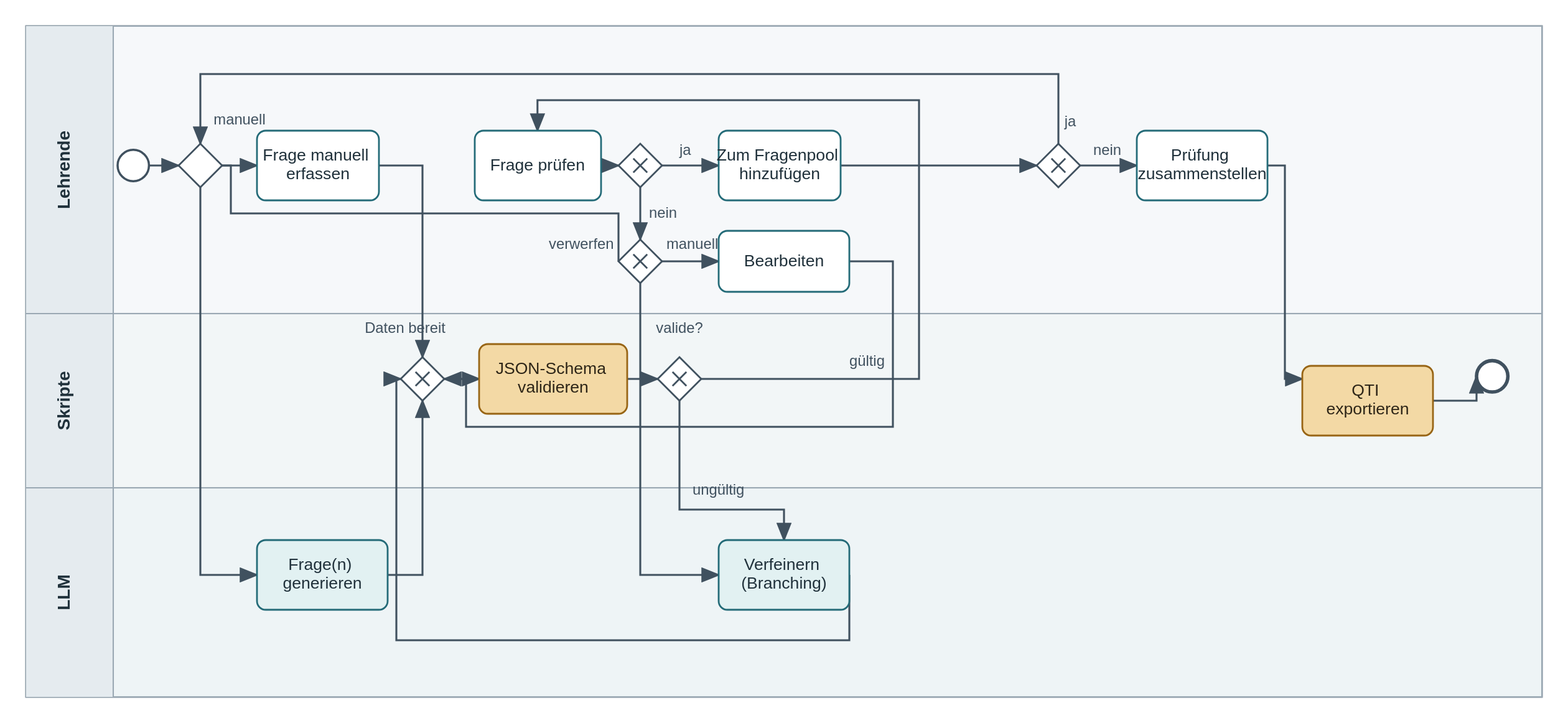
kllmanu/ba keeps this BPMN diagram as assets/images/lena-process.svg. Above is the earlier version. Its source is kept beside it as assets/lena-process.bpmn. Ids are renumbered.
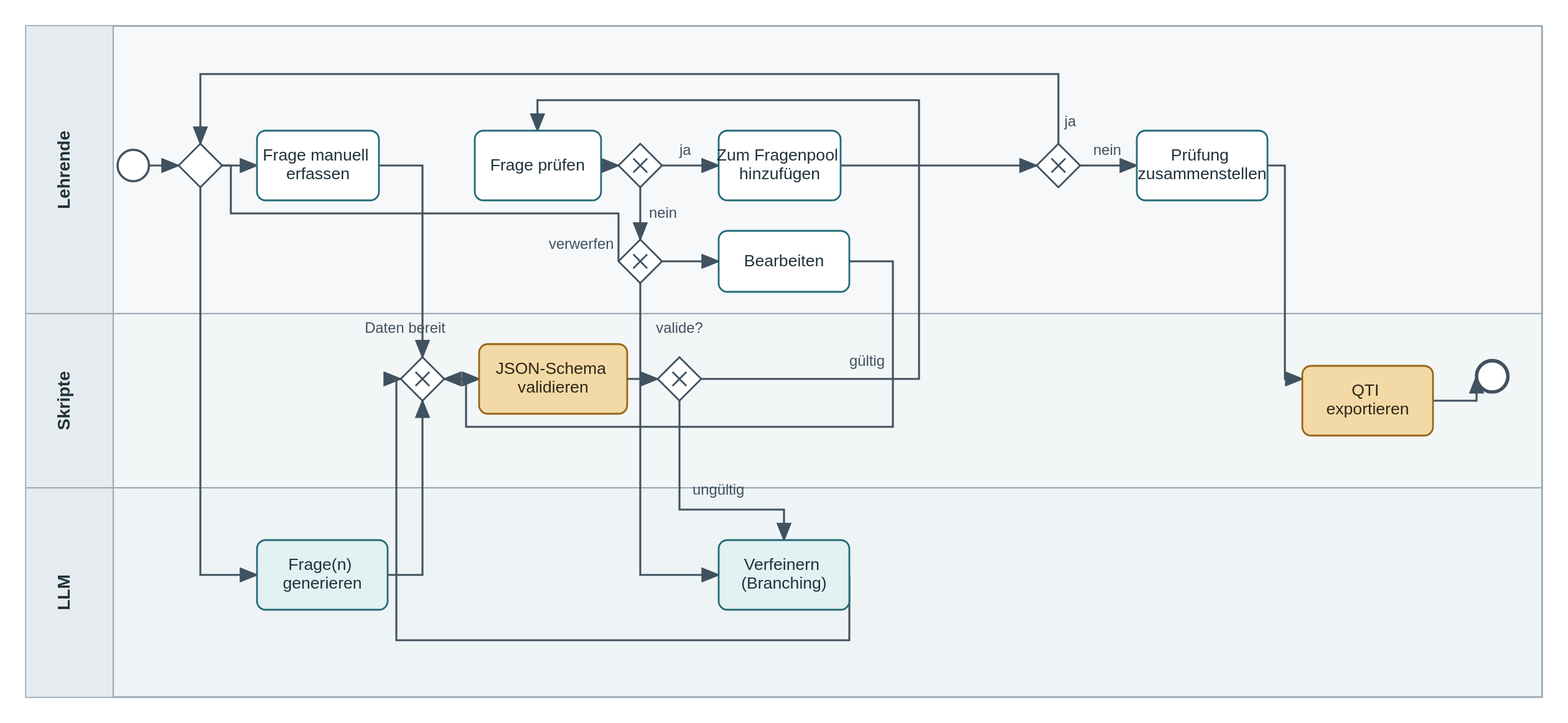
Above is the later version.

Commit message:
Remove redundant labels from BPMN sequence flows for clarity

What changed in the source:
```diff
@@ -54,7 +54,7 @@
         <bpmn:endEvent id="EndEvent_End" name="Prüfung exportiert" />
 
         <bpmn:sequenceFlow id="Flow_01" sourceRef="StartEvent_Start" targetRef="Gateway_Source" />
-        <bpmn:sequenceFlow id="Flow_02" name="manuell" sourceRef="Gateway_Source"
+        <bpmn:sequenceFlow id="Flow_02" sourceRef="Gateway_Source"
             targetRef="UserTask_ManualCreate" />
         <bpmn:sequenceFlow id="Flow_03" sourceRef="Gateway_Source"
             targetRef="ServiceTask_LLMCreate" />
@@ -74,7 +74,7 @@
             targetRef="UserTask_AddSelection" />
         <bpmn:sequenceFlow id="Flow_12" name="nein" sourceRef="Gateway_Suitable"
             targetRef="Gateway_Revise" />
-        <bpmn:sequenceFlow id="Flow_13" name="manuell" sourceRef="Gateway_Revise"
+        <bpmn:sequenceFlow id="Flow_13" sourceRef="Gateway_Revise"
             targetRef="UserTask_ManualEdit" />
         <bpmn:sequenceFlow id="Flow_14" sourceRef="Gateway_Revise"
             targetRef="ServiceTask_LLMRevise" />
```
